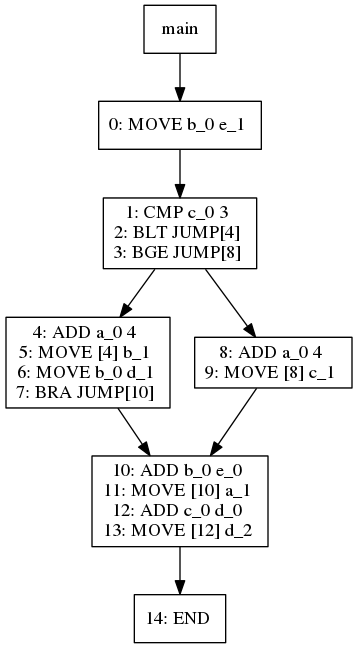
jiahanwang/PL241-Compiler keeps this Graphviz diagram as viz/test028.dot.png. Above is the earlier version. Its source is kept beside it as viz/test028.dot.
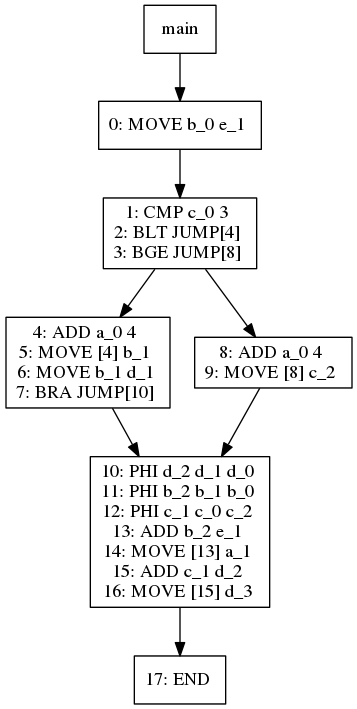
The same file after the commit.

Diff of the diagram source:
```diff
@@ -12,21 +12,24 @@
 4 -> 6
 6[label="4: ADD a_0 4
 5: MOVE [4] b_1
-6: MOVE b_0 d_1
+6: MOVE b_1 d_1
 7: BRA JUMP[10]
 "]
 6 -> 5
-5[label="10: ADD b_0 e_0
-11: MOVE [10] a_1
-12: ADD c_0 d_0
-13: MOVE [12] d_2
+5[label="10: PHI d_2 d_1 d_0
+11: PHI b_2 b_1 b_0
+12: PHI c_1 c_0 c_2
+13: ADD b_2 e_1
+14: MOVE [13] a_1
+15: ADD c_1 d_2
+16: MOVE [15] d_3
 "]
 5 -> 11
-11[label="14: END
+11[label="17: END
 "]
 4 -> 8
 8[label="8: ADD a_0 4
-9: MOVE [8] c_1
+9: MOVE [8] c_2
 "]
 8 -> 5
 }
```
